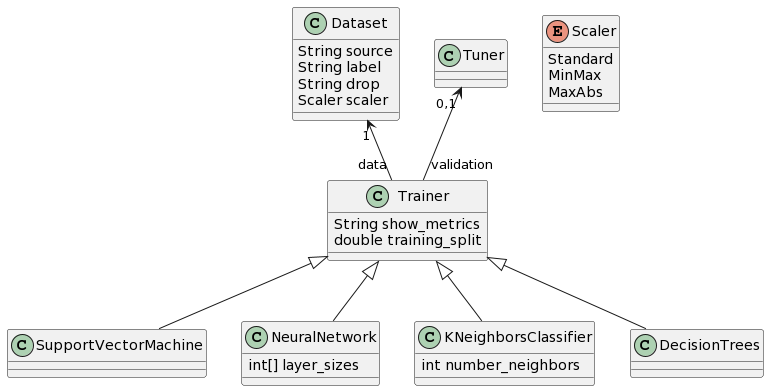
This is metamodel.png from AndreiCocan/DSL-ML-classif, a PlantUML export, as it was before one commit. Source of this version:
```plantuml
@startuml
Trainer <|-- SupportVectorMachine
Trainer <|-- NeuralNetwork
Trainer <|-- KNeighborsClassifier
Trainer <|-- DecisionTrees
Dataset "1" <-- "data" Trainer
Tuner "0,1" <-- "validation" Trainer

Dataset : String source
Dataset : String label
Dataset : String drop
Dataset : Scaler scaler

Trainer : String show_metrics
Trainer : double training_split

KNeighborsClassifier : int number_neighbors

NeuralNetwork : int[] layer_sizes


enum Scaler {
  Standard
  MinMax
  MaxAbs
}
@enduml
```
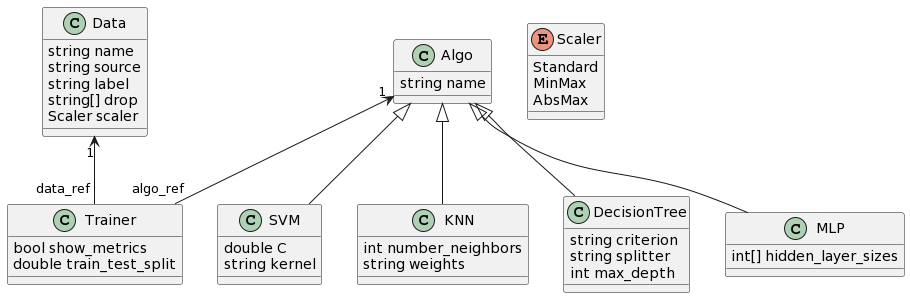
After the change.

Diff of the diagram source:
```diff
@@ -1,27 +1,37 @@
 @startuml
-Trainer <|-- SupportVectorMachine
-Trainer <|-- NeuralNetwork
-Trainer <|-- KNeighborsClassifier
-Trainer <|-- DecisionTrees
-Dataset "1" <-- "data" Trainer
-Tuner "0,1" <-- "validation" Trainer
-
-Dataset : String source
-Dataset : String label
-Dataset : String drop
-Dataset : Scaler scaler
-
-Trainer : String show_metrics
-Trainer : double training_split
-
-KNeighborsClassifier : int number_neighbors
-
-NeuralNetwork : int[] layer_sizes
-
+Data "1" <-- "data_ref" Trainer
+Algo "1" <-- "algo_ref" Trainer
+Algo <|-- SVM
+Algo <|-- KNN
+Algo <|-- DecisionTree
+Algo <|-- MLP
 
 enum Scaler {
   Standard
   MinMax
-  MaxAbs
+  AbsMax
 }
+
+Trainer : bool show_metrics
+Trainer : double train_test_split
+
+Data : string name
+Data : string source
+Data : string label
+Data : string[] drop
+Data : Scaler scaler
+
+Algo : string name
+
+SVM : double C
+SVM : string kernel
+
+KNN : int number_neighbors
+KNN : string weights
+
+DecisionTree : string criterion
+DecisionTree : string splitter
+DecisionTree : int max_depth
+
+MLP : int[] hidden_layer_sizes
 @enduml
```
